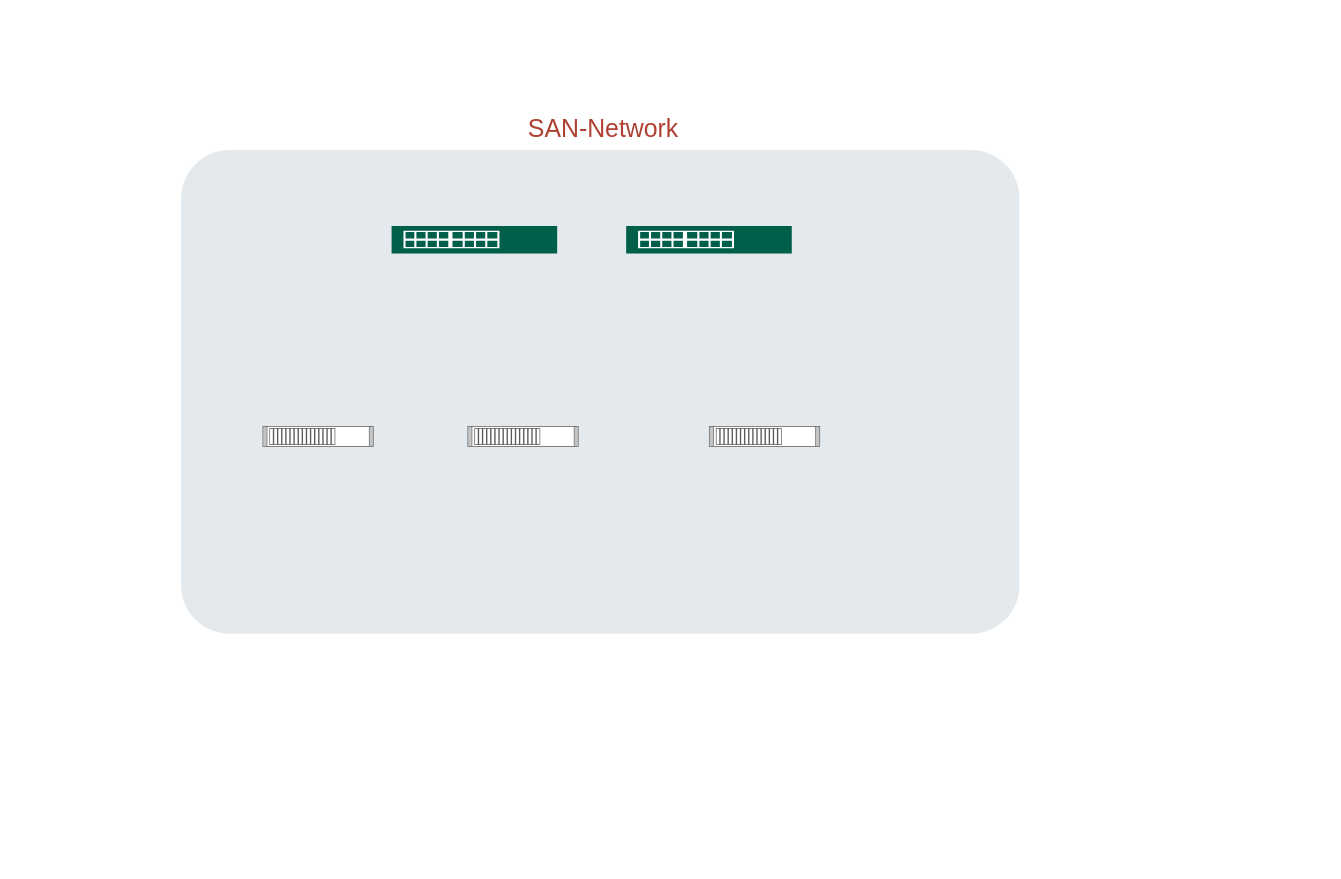
Earlier version of the draw.io diagram page "SAN" (1 of 3) of Untitled Diagram.drawio (AlexCoff/drawio-libs). Source tidied: cells renumbered, new cells numbered last; positions are measured from the earlier drawing's top-left corner, leaving out a move shared by most shapes. Both pictures are drawn from the tidied source at 69%, with x=0, y=0 at pixel (127, 112).
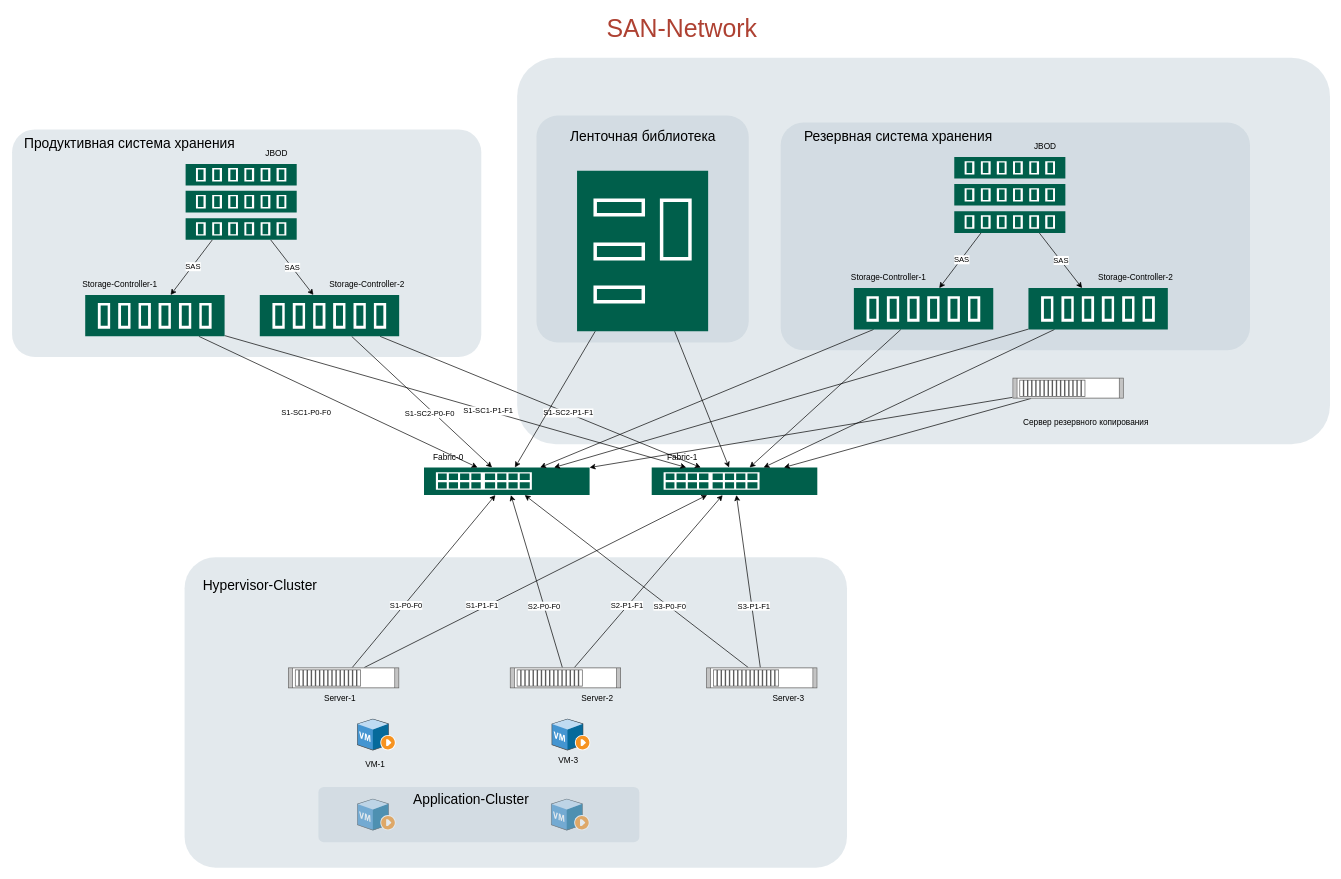
The same diagram, later.

Change to the diagram source:
```diff
@@
+    <mxCell id="10" style="rounded=1;whiteSpace=wrap;html=1;shadow=0;strokeColor=none;fillColor=#BAC8D3;gradientColor=none;fontSize=18;fontColor=#F08705;opacity=40;fontStyle=0;strokeWidth=3;arcSize=10;noLabel=0;" parent="1" vertex="1">
+      <mxGeometry x="565" y="-78.8" width="1178" height="560" as="geometry" />
+    </mxCell>
-    <mxCell id="2" style="rounded=1;whiteSpace=wrap;html=1;shadow=0;strokeColor=none;fillColor=#BAC8D3;gradientColor=none;fontSize=18;fontColor=#F08705;opacity=40;fontStyle=0;strokeWidth=3;arcSize=10;" parent="1" vertex="1">
-      <mxGeometry x="78" y="55" width="1215" height="701" as="geometry" />
+    <mxCell id="2" style="rounded=1;whiteSpace=wrap;html=1;shadow=0;strokeColor=none;fillColor=#BAC8D3;gradientColor=none;fontSize=18;fontColor=#F08705;opacity=40;fontStyle=0;strokeWidth=3;arcSize=10;noLabel=0;" parent="1" vertex="1">
+      <mxGeometry x="83" y="645" width="960" height="450" as="geometry" />
     </mxCell>
+    <mxCell id="11" style="rounded=1;whiteSpace=wrap;html=1;shadow=0;strokeColor=none;fillColor=#BAC8D3;gradientColor=none;fontSize=18;fontColor=#F08705;opacity=40;fontStyle=0;strokeWidth=3;arcSize=10;noLabel=0;" parent="1" vertex="1">
+      <mxGeometry x="-167" y="25" width="680" height="330" as="geometry" />
+    </mxCell>
+    <mxCell id="12" style="rounded=1;whiteSpace=wrap;html=1;shadow=0;strokeColor=none;fillColor=#BAC8D3;gradientColor=none;fontSize=18;fontColor=#F08705;opacity=40;fontStyle=0;strokeWidth=3;arcSize=10;noLabel=0;" parent="1" vertex="1">
+      <mxGeometry x="593" y="5" width="307.5" height="328.8" as="geometry" />
+    </mxCell>
     <mxCell id="3" value="SAN-Network" style="text;html=1;strokeColor=none;fillColor=none;align=center;verticalAlign=middle;whiteSpace=wrap;overflow=hidden;shadow=0;fontSize=36;fontColor=#AE4132;fontStyle=0;" parent="1" vertex="1">
-      <mxGeometry width="1380" height="45" as="geometry" />
+      <mxGeometry x="114" y="-145" width="1380" height="45" as="geometry" />
     </mxCell>
@@
     <mxCell id="5" style="sketch=0;shadow=0;dashed=0;html=1;strokeColor=none;fillColor=#005F4B;labelPosition=center;verticalLabelPosition=bottom;verticalAlign=top;align=center;outlineConnect=0;shape=mxgraph.veeam2.physical_switch;" parent="1" vertex="1">
-      <mxGeometry x="383" y="165" width="240" height="40" as="geometry" />
+      <mxGeometry x="430" y="515" width="240" height="40" as="geometry" />
     </mxCell>
     <mxCell id="6" style="sketch=0;shadow=0;dashed=0;html=1;strokeColor=none;fillColor=#005F4B;labelPosition=center;verticalLabelPosition=bottom;verticalAlign=top;align=center;outlineConnect=0;shape=mxgraph.veeam2.physical_switch;" parent="1" vertex="1">
-      <mxGeometry x="723" y="165" width="240" height="40" as="geometry" />
+      <mxGeometry x="760" y="515" width="240" height="40" as="geometry" />
     </mxCell>
+    <mxCell id="13" style="rounded=0;jettySize=auto;html=1;" parent="1" edge="1" source="7" target="5">
+      <mxGeometry relative="1" as="geometry" />
+    </mxCell>
+    <mxCell id="14" value="S1-P0-F0" style="edgeLabel;html=1;align=center;verticalAlign=middle;" parent="13" vertex="1">
+      <mxGeometry x="0.13" relative="1" as="geometry">
+        <mxPoint x="-40" y="51" as="offset" />
+      </mxGeometry>
+    </mxCell>
+    <mxCell id="15" style="rounded=0;jettySize=auto;html=1;" parent="1" edge="1" source="7" target="6">
+      <mxGeometry relative="1" as="geometry" />
+    </mxCell>
+    <mxCell id="16" value="S1-P1-F1" style="edgeLabel;html=1;align=center;verticalAlign=middle;" parent="15" vertex="1">
+      <mxGeometry x="0.09" y="-1" relative="1" as="geometry">
+        <mxPoint x="-101" y="45" as="offset" />
+      </mxGeometry>
+    </mxCell>
     <mxCell id="7" style="shape=mxgraph.rack.ibm.ibm_x3650_m4;html=1;labelPosition=right;align=left;spacingLeft=15;dashed=0;shadow=0;fillColor=#ffffff;" parent="1" vertex="1">
-      <mxGeometry x="196" y="455" width="161" height="30" as="geometry" />
+      <mxGeometry x="233" y="805" width="161" height="30" as="geometry" />
     </mxCell>
+    <mxCell id="17" style="edgeStyle=none;rounded=0;jettySize=auto;html=1;" parent="1" edge="1" source="8" target="5">
+      <mxGeometry relative="1" as="geometry" />
+    </mxCell>
+    <mxCell id="18" value="S2-P0-F0" style="edgeLabel;html=1;align=center;verticalAlign=middle;" parent="17" vertex="1">
+      <mxGeometry x="-0.3" y="1" relative="1" as="geometry">
+        <mxPoint y="-3" as="offset" />
+      </mxGeometry>
+    </mxCell>
+    <mxCell id="19" style="edgeStyle=none;rounded=0;jettySize=auto;html=1;" parent="1" edge="1" source="8" target="6">
+      <mxGeometry relative="1" as="geometry" />
+    </mxCell>
+    <mxCell id="20" value="S2-P1-F1" style="edgeLabel;html=1;align=center;verticalAlign=middle;" parent="19" vertex="1">
+      <mxGeometry x="-0.3" y="-1" relative="1" as="geometry">
+        <mxPoint y="-4" as="offset" />
+      </mxGeometry>
+    </mxCell>
     <mxCell id="8" style="shape=mxgraph.rack.ibm.ibm_x3650_m4;html=1;labelPosition=right;align=left;spacingLeft=15;dashed=0;shadow=0;fillColor=#ffffff;" parent="1" vertex="1">
-      <mxGeometry x="493" y="455" width="161" height="30" as="geometry" />
+      <mxGeometry x="554.5" y="805" width="161" height="30" as="geometry" />
     </mxCell>
+    <mxCell id="21" style="edgeStyle=none;rounded=0;jettySize=auto;html=1;" parent="1" edge="1" source="9" target="5">
+      <mxGeometry relative="1" as="geometry" />
+    </mxCell>
+    <mxCell id="22" value="S3-P0-F0" style="edgeLabel;html=1;align=center;verticalAlign=middle;" parent="21" vertex="1">
+      <mxGeometry x="-0.31" relative="1" as="geometry">
+        <mxPoint x="-3" y="-3" as="offset" />
+      </mxGeometry>
+    </mxCell>
+    <mxCell id="23" style="edgeStyle=none;rounded=0;jettySize=auto;html=1;" parent="1" edge="1" source="9" target="6">
+      <mxGeometry relative="1" as="geometry" />
+    </mxCell>
+    <mxCell id="24" value="S3-P1-F1" style="edgeLabel;html=1;align=center;verticalAlign=middle;" parent="23" vertex="1">
+      <mxGeometry x="-0.31" y="-2" relative="1" as="geometry">
+        <mxPoint y="-3" as="offset" />
+      </mxGeometry>
+    </mxCell>
     <mxCell id="9" style="shape=mxgraph.rack.ibm.ibm_x3650_m4;html=1;labelPosition=right;align=left;spacingLeft=15;dashed=0;shadow=0;fillColor=#ffffff;" parent="1" vertex="1">
-      <mxGeometry x="843" y="455" width="161" height="30" as="geometry" />
+      <mxGeometry x="839" y="805" width="161" height="30" as="geometry" />
     </mxCell>
+    <mxCell id="25" value="Server-1" style="text;html=1;align=center;verticalAlign=middle;strokeColor=none;fillColor=none;" parent="1" vertex="1">
+      <mxGeometry x="273" y="835" width="70" height="30" as="geometry" />
+    </mxCell>
+    <mxCell id="26" value="Server-2" style="text;html=1;align=center;verticalAlign=middle;strokeColor=none;fillColor=none;" parent="1" vertex="1">
+      <mxGeometry x="645.5" y="835" width="70" height="30" as="geometry" />
+    </mxCell>
+    <mxCell id="27" value="Server-3" style="text;html=1;align=center;verticalAlign=middle;strokeColor=none;fillColor=none;" parent="1" vertex="1">
+      <mxGeometry x="923" y="835" width="70" height="30" as="geometry" />
+    </mxCell>
+    <mxCell id="28" value="Fabric-0" style="text;html=1;align=center;verticalAlign=middle;strokeColor=none;fillColor=none;" parent="1" vertex="1">
+      <mxGeometry x="430" y="485" width="70" height="30" as="geometry" />
+    </mxCell>
+    <mxCell id="29" value="Fabric-1" style="text;html=1;align=center;verticalAlign=middle;strokeColor=none;fillColor=none;" parent="1" vertex="1">
+      <mxGeometry x="769" y="485" width="70" height="30" as="geometry" />
+    </mxCell>
+    <mxCell id="30" style="edgeStyle=none;rounded=0;jettySize=auto;html=1;" parent="1" edge="1" source="34" target="5">
+      <mxGeometry relative="1" as="geometry" />
+    </mxCell>
+    <mxCell id="31" value="S1-SC1-P0-F0" style="edgeLabel;html=1;align=center;verticalAlign=middle;" parent="30" vertex="1">
+      <mxGeometry x="-0.16" y="-1" relative="1" as="geometry">
+        <mxPoint x="-14" y="30" as="offset" />
+      </mxGeometry>
+    </mxCell>
+    <mxCell id="32" style="edgeStyle=none;rounded=0;jettySize=auto;html=1;" parent="1" edge="1" source="34" target="6">
+      <mxGeometry relative="1" as="geometry" />
+    </mxCell>
+    <mxCell id="33" value="S1-SC1-P1-F1" style="edgeLabel;html=1;align=center;verticalAlign=middle;" parent="32" vertex="1">
+      <mxGeometry x="0.14" relative="1" as="geometry" />
+    </mxCell>
+    <mxCell id="34" style="sketch=0;shadow=0;dashed=0;html=1;strokeColor=none;fillColor=#005F4B;labelPosition=center;verticalLabelPosition=bottom;verticalAlign=top;align=center;outlineConnect=0;shape=mxgraph.veeam2.storage;" parent="1" vertex="1">
+      <mxGeometry x="-61" y="265" width="202" height="60" as="geometry" />
+    </mxCell>
+    <mxCell id="35" style="edgeStyle=none;rounded=0;jettySize=auto;html=1;" parent="1" edge="1" source="39" target="5">
+      <mxGeometry relative="1" as="geometry" />
+    </mxCell>
+    <mxCell id="36" value="S1-SC2-P0-F0" style="edgeLabel;html=1;align=center;verticalAlign=middle;" parent="35" vertex="1">
+      <mxGeometry x="0.16" y="-2" relative="1" as="geometry">
+        <mxPoint x="-4" as="offset" />
+      </mxGeometry>
+    </mxCell>
+    <mxCell id="37" style="edgeStyle=none;rounded=0;jettySize=auto;html=1;" parent="1" edge="1" source="39" target="6">
+      <mxGeometry relative="1" as="geometry" />
+    </mxCell>
+    <mxCell id="38" value="S1-SC2-P1-F1" style="edgeLabel;html=1;align=center;verticalAlign=middle;" parent="37" vertex="1">
+      <mxGeometry x="0.15" y="-1" relative="1" as="geometry">
+        <mxPoint x="5" as="offset" />
+      </mxGeometry>
+    </mxCell>
+    <mxCell id="39" style="sketch=0;shadow=0;dashed=0;html=1;strokeColor=none;fillColor=#005F4B;labelPosition=center;verticalLabelPosition=bottom;verticalAlign=top;align=center;outlineConnect=0;shape=mxgraph.veeam2.storage;" parent="1" vertex="1">
+      <mxGeometry x="192" y="265" width="202" height="60" as="geometry" />
+    </mxCell>
+    <mxCell id="40" style="edgeStyle=none;rounded=0;jettySize=auto;html=1;" parent="1" edge="1" source="43" target="34">
+      <mxGeometry relative="1" as="geometry" />
+    </mxCell>
+    <mxCell id="41" value="SAS" style="edgeLabel;html=1;align=center;verticalAlign=middle;" parent="40" vertex="1">
+      <mxGeometry x="-0.06" relative="1" as="geometry">
+        <mxPoint y="1" as="offset" />
+      </mxGeometry>
+    </mxCell>
+    <mxCell id="42" value="SAS" style="edgeStyle=none;rounded=0;jettySize=auto;html=1;" parent="1" edge="1" source="43" target="39">
+      <mxGeometry relative="1" as="geometry" />
+    </mxCell>
+    <mxCell id="43" style="sketch=0;shadow=0;dashed=0;html=1;strokeColor=none;fillColor=#005F4B;labelPosition=center;verticalLabelPosition=bottom;verticalAlign=top;align=center;outlineConnect=0;shape=mxgraph.veeam2.storage_stack;" parent="1" vertex="1">
+      <mxGeometry x="84.5" y="75" width="161" height="110" as="geometry" />
+    </mxCell>
+    <mxCell id="44" value="JBOD" style="text;html=1;align=center;verticalAlign=middle;strokeColor=none;fillColor=none;" parent="1" vertex="1">
+      <mxGeometry x="185.5" y="45" width="60" height="30" as="geometry" />
+    </mxCell>
+    <mxCell id="45" value="Storage-Controller-1" style="text;html=1;align=center;verticalAlign=middle;strokeColor=none;fillColor=none;" parent="1" vertex="1">
+      <mxGeometry x="-76" y="235" width="130" height="30" as="geometry" />
+    </mxCell>
+    <mxCell id="46" value="Storage-Controller-2" style="text;html=1;align=center;verticalAlign=middle;strokeColor=none;fillColor=none;" parent="1" vertex="1">
+      <mxGeometry x="282" y="235" width="130" height="30" as="geometry" />
+    </mxCell>
+    <mxCell id="47" value="Продуктивная система хранения" style="text;html=1;align=center;verticalAlign=middle;strokeColor=none;fillColor=none;fontSize=20;" parent="1" vertex="1">
+      <mxGeometry x="-167" y="25" width="340" height="40" as="geometry" />
+    </mxCell>
+    <mxCell id="48" value="Hypervisor-Cluster" style="text;html=1;align=center;verticalAlign=middle;strokeColor=none;fillColor=none;fontSize=20;" parent="1" vertex="1">
+      <mxGeometry x="97" y="665" width="190" height="40" as="geometry" />
+    </mxCell>
+    <mxCell id="49" style="sketch=0;shadow=0;dashed=0;html=1;labelPosition=center;verticalLabelPosition=bottom;verticalAlign=top;align=center;shape=mxgraph.veeam.3d.vm_running;fontSize=20;" parent="1" vertex="1">
+      <mxGeometry x="333" y="995" width="56" height="46" as="geometry" />
+    </mxCell>
+    <mxCell id="50" style="sketch=0;shadow=0;dashed=0;html=1;labelPosition=center;verticalLabelPosition=bottom;verticalAlign=top;align=center;shape=mxgraph.veeam.3d.vm_running;fontSize=20;" parent="1" vertex="1">
+      <mxGeometry x="333" y="879" width="56" height="46" as="geometry" />
+    </mxCell>
+    <mxCell id="51" style="sketch=0;shadow=0;dashed=0;html=1;labelPosition=center;verticalLabelPosition=bottom;verticalAlign=top;align=center;shape=mxgraph.veeam.3d.vm_running;fontSize=20;" parent="1" vertex="1">
+      <mxGeometry x="615" y="879" width="56" height="46" as="geometry" />
+    </mxCell>
+    <mxCell id="52" style="sketch=0;shadow=0;dashed=0;html=1;labelPosition=center;verticalLabelPosition=bottom;verticalAlign=top;align=center;shape=mxgraph.veeam.3d.vm_running;fontSize=20;" parent="1" vertex="1">
+      <mxGeometry x="614" y="995" width="56" height="46" as="geometry" />
+    </mxCell>
+    <mxCell id="53" style="rounded=1;whiteSpace=wrap;html=1;shadow=0;strokeColor=none;fillColor=#BAC8D3;gradientColor=none;fontSize=18;fontColor=#F08705;opacity=40;fontStyle=0;strokeWidth=3;arcSize=10;noLabel=0;" parent="1" vertex="1">
+      <mxGeometry x="277" y="978" width="465" height="80" as="geometry" />
+    </mxCell>
+    <mxCell id="54" value="Application-Cluster" style="text;html=1;align=center;verticalAlign=middle;strokeColor=none;fillColor=none;fontSize=20;" parent="1" vertex="1">
+      <mxGeometry x="403" y="975" width="190" height="40" as="geometry" />
+    </mxCell>
+    <mxCell id="55" value="VM-1" style="text;html=1;align=center;verticalAlign=middle;strokeColor=none;fillColor=none;fontSize=12;" parent="1" vertex="1">
+      <mxGeometry x="334" y="930" width="50" height="30" as="geometry" />
+    </mxCell>
+    <mxCell id="56" value="VM-3" style="text;html=1;align=center;verticalAlign=middle;strokeColor=none;fillColor=none;fontSize=12;" parent="1" vertex="1">
+      <mxGeometry x="614" y="925" width="50" height="30" as="geometry" />
+    </mxCell>
+    <mxCell id="57" style="edgeStyle=none;rounded=0;jettySize=auto;html=1;fontSize=12;" parent="1" edge="1" source="59" target="5">
+      <mxGeometry relative="1" as="geometry" />
+    </mxCell>
+    <mxCell id="58" style="edgeStyle=none;rounded=0;jettySize=auto;html=1;fontSize=12;" parent="1" edge="1" source="59" target="6">
+      <mxGeometry relative="1" as="geometry" />
+    </mxCell>
+    <mxCell id="59" style="sketch=0;shadow=0;dashed=0;html=1;strokeColor=none;fillColor=#005F4B;labelPosition=center;verticalLabelPosition=bottom;verticalAlign=top;align=center;outlineConnect=0;shape=mxgraph.veeam2.tape_library;fontSize=12;" parent="1" vertex="1">
+      <mxGeometry x="651.8" y="85" width="190" height="232.5" as="geometry" />
+    </mxCell>
+    <mxCell id="60" value="Ленточная библиотека" style="text;html=1;align=center;verticalAlign=middle;strokeColor=none;fillColor=none;fontSize=20;" parent="1" vertex="1">
+      <mxGeometry x="626.8" y="15" width="240" height="40" as="geometry" />
+    </mxCell>
+    <mxCell id="61" style="edgeStyle=none;rounded=0;jettySize=auto;html=1;fontSize=12;" parent="1" edge="1" source="63" target="5">
+      <mxGeometry relative="1" as="geometry" />
+    </mxCell>
+    <mxCell id="62" style="edgeStyle=none;rounded=0;jettySize=auto;html=1;fontSize=12;" parent="1" edge="1" source="63" target="6">
+      <mxGeometry relative="1" as="geometry" />
+    </mxCell>
+    <mxCell id="63" style="shape=mxgraph.rack.ibm.ibm_x3650_m4;html=1;labelPosition=right;align=left;spacingLeft=15;dashed=0;shadow=0;fillColor=#ffffff;" parent="1" vertex="1">
+      <mxGeometry x="1283" y="385" width="161" height="30" as="geometry" />
+    </mxCell>
+    <mxCell id="64" value="Сервер резервного копирования" style="text;html=1;align=center;verticalAlign=middle;strokeColor=none;fillColor=none;" parent="1" vertex="1">
+      <mxGeometry x="1284" y="435" width="210" height="30" as="geometry" />
+    </mxCell>
+    <mxCell id="65" style="rounded=1;whiteSpace=wrap;html=1;shadow=0;strokeColor=none;fillColor=#BAC8D3;gradientColor=none;fontSize=18;fontColor=#F08705;opacity=40;fontStyle=0;strokeWidth=3;arcSize=10;noLabel=0;" parent="1" vertex="1">
+      <mxGeometry x="947" y="15" width="680" height="330" as="geometry" />
+    </mxCell>
+    <mxCell id="66" style="edgeStyle=none;rounded=0;jettySize=auto;html=1;fontSize=12;" parent="1" edge="1" source="68" target="5">
+      <mxGeometry relative="1" as="geometry" />
+    </mxCell>
+    <mxCell id="67" style="edgeStyle=none;rounded=0;jettySize=auto;html=1;fontSize=12;" parent="1" edge="1" source="68" target="6">
+      <mxGeometry relative="1" as="geometry" />
+    </mxCell>
+    <mxCell id="68" style="sketch=0;shadow=0;dashed=0;html=1;strokeColor=none;fillColor=#005F4B;labelPosition=center;verticalLabelPosition=bottom;verticalAlign=top;align=center;outlineConnect=0;shape=mxgraph.veeam2.storage;" parent="1" vertex="1">
+      <mxGeometry x="1053" y="255" width="202" height="60" as="geometry" />
+    </mxCell>
+    <mxCell id="69" style="edgeStyle=none;rounded=0;jettySize=auto;html=1;fontSize=12;" parent="1" edge="1" source="71" target="5">
+      <mxGeometry relative="1" as="geometry" />
+    </mxCell>
+    <mxCell id="70" style="edgeStyle=none;rounded=0;jettySize=auto;html=1;fontSize=12;" parent="1" edge="1" source="71" target="6">
+      <mxGeometry relative="1" as="geometry" />
+    </mxCell>
+    <mxCell id="71" style="sketch=0;shadow=0;dashed=0;html=1;strokeColor=none;fillColor=#005F4B;labelPosition=center;verticalLabelPosition=bottom;verticalAlign=top;align=center;outlineConnect=0;shape=mxgraph.veeam2.storage;" parent="1" vertex="1">
+      <mxGeometry x="1306" y="255" width="202" height="60" as="geometry" />
+    </mxCell>
+    <mxCell id="72" style="edgeStyle=none;rounded=0;jettySize=auto;html=1;" parent="1" edge="1" source="75" target="68">
+      <mxGeometry relative="1" as="geometry" />
+    </mxCell>
+    <mxCell id="73" value="SAS" style="edgeLabel;html=1;align=center;verticalAlign=middle;" parent="72" vertex="1">
+      <mxGeometry x="-0.06" relative="1" as="geometry">
+        <mxPoint y="1" as="offset" />
+      </mxGeometry>
+    </mxCell>
+    <mxCell id="74" value="SAS" style="edgeStyle=none;rounded=0;jettySize=auto;html=1;" parent="1" edge="1" source="75" target="71">
+      <mxGeometry relative="1" as="geometry" />
+    </mxCell>
+    <mxCell id="75" style="sketch=0;shadow=0;dashed=0;html=1;strokeColor=none;fillColor=#005F4B;labelPosition=center;verticalLabelPosition=bottom;verticalAlign=top;align=center;outlineConnect=0;shape=mxgraph.veeam2.storage_stack;" parent="1" vertex="1">
+      <mxGeometry x="1198.5" y="65" width="161" height="110" as="geometry" />
+    </mxCell>
+    <mxCell id="76" value="JBOD" style="text;html=1;align=center;verticalAlign=middle;strokeColor=none;fillColor=none;" parent="1" vertex="1">
+      <mxGeometry x="1299.5" y="35" width="60" height="30" as="geometry" />
+    </mxCell>
+    <mxCell id="77" value="Storage-Controller-1" style="text;html=1;align=center;verticalAlign=middle;strokeColor=none;fillColor=none;" parent="1" vertex="1">
+      <mxGeometry x="1038" y="225" width="130" height="30" as="geometry" />
+    </mxCell>
+    <mxCell id="78" value="Storage-Controller-2" style="text;html=1;align=center;verticalAlign=middle;strokeColor=none;fillColor=none;" parent="1" vertex="1">
+      <mxGeometry x="1396" y="225" width="130" height="30" as="geometry" />
+    </mxCell>
+    <mxCell id="79" value="Резервная система хранения" style="text;html=1;align=center;verticalAlign=middle;strokeColor=none;fillColor=none;fontSize=20;" parent="1" vertex="1">
+      <mxGeometry x="967" y="15" width="300" height="40" as="geometry" />
+    </mxCell>
```
